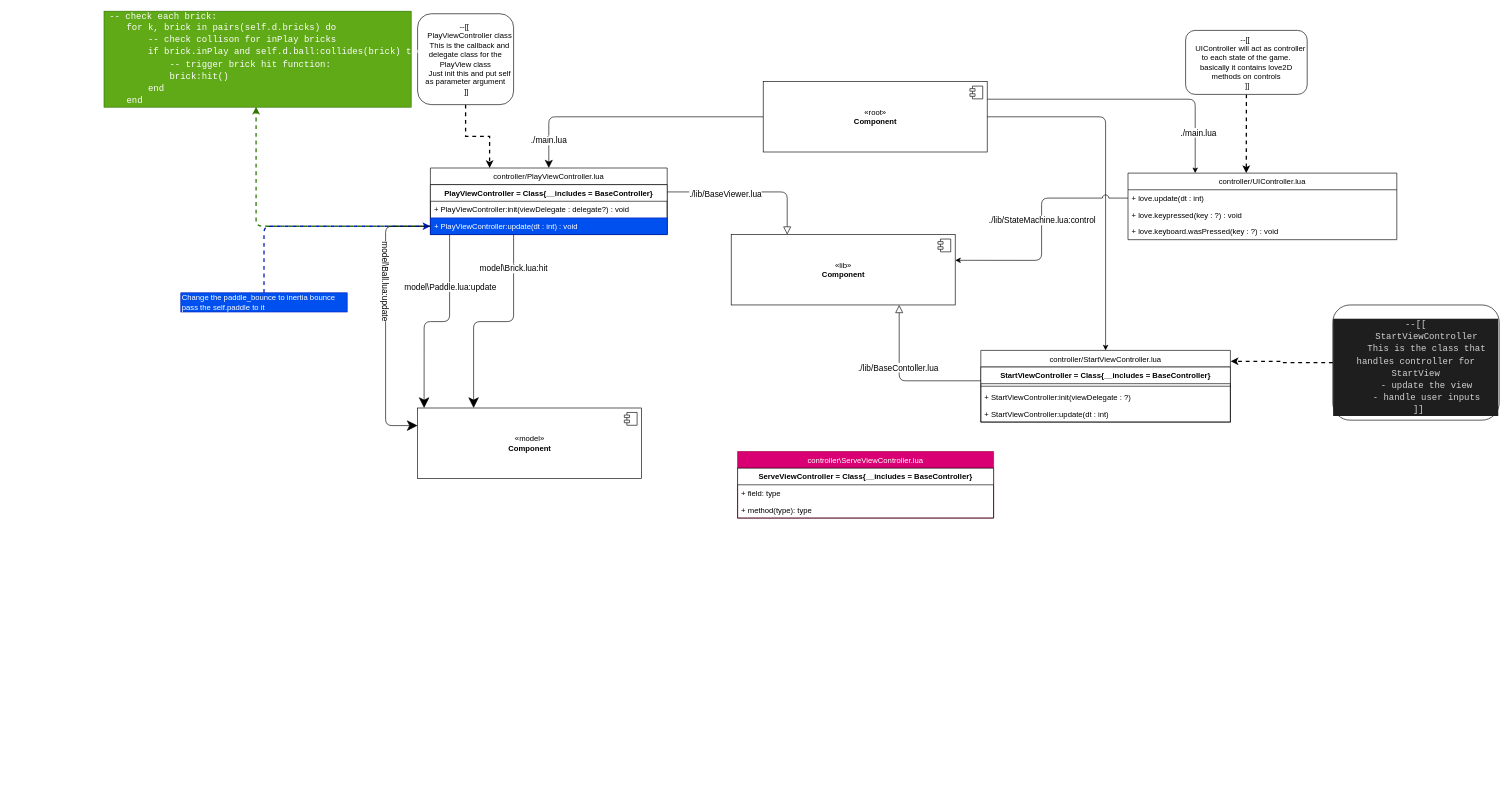
The draw.io diagram page "controller" (5 of 7) of diagram.drawio in m00racle/breakout-love2d, before the edit. Source tidied: cells renumbered, new cells numbered last; positions are measured from the earlier drawing's top-left corner, leaving out a move shared by most shapes. Both pictures are drawn from the tidied source at 64%, with x=0, y=0 at pixel (104, 11).
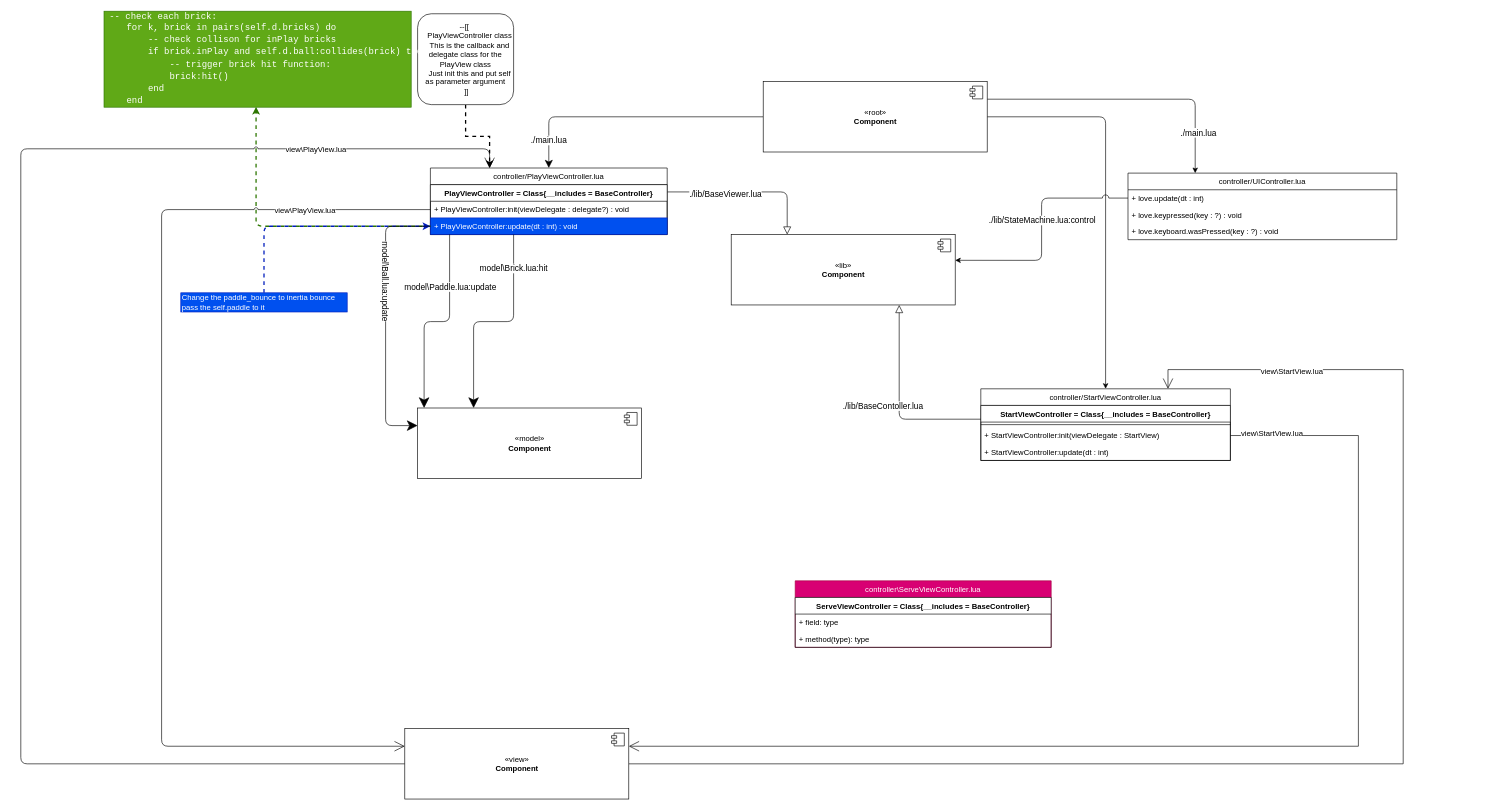
Above is the later version.

Commit message (it also covers changes not shown here):
fix the view and controller dep diagram

Now each view will directly set dependency directlyu to view controller
class not to the each base controller class.

Unchanged cells that the change refers to:
```xml
<mxCell id="9" value="controller/UIController.lua" style="swimlane;fontStyle=0;horizontal=1;startSize=26;fillColor=none;" parent="1" vertex="1">
  <mxGeometry x="1600" y="253" width="420" height="104" as="geometry" />
</mxCell>
<mxCell id="18" value="StartViewController = Class{__includes = BaseController}" style="swimlane;fontStyle=1;align=center;verticalAlign=top;horizontal=1;startSize=26;" parent="17" vertex="1">
  <mxGeometry y="26" width="390" height="86" as="geometry" />
</mxCell>
<mxCell id="26" value="controller/PlayViewController.lua" style="swimlane;fontStyle=0;horizontal=1;startSize=26;fillColor=none;" parent="1" vertex="1">
  <mxGeometry x="510" y="245" width="370" height="104" as="geometry" />
</mxCell>
<mxCell id="28" value="+ PlayViewController:init(viewDelegate : delegate?) : void " style="text;strokeColor=none;fillColor=none;align=left;verticalAlign=top;spacingLeft=4;spacingRight=4;overflow=hidden;points=[[0,0.5],[1,0.5]];portConstraint=eastwest;" parent="27" vertex="1">
  <mxGeometry y="26" width="370" height="26" as="geometry" />
</mxCell>
```

What changed in the source:
```diff
@@
-    <mxCell id="13" style="edgeStyle=orthogonalEdgeStyle;rounded=0;jumpStyle=arc;jumpSize=10;jettySize=auto;html=1;entryX=0.44;entryY=0;entryDx=0;entryDy=0;entryPerimeter=0;strokeWidth=2;dashed=1;" parent="1" edge="1" source="14" target="9">
-      <mxGeometry relative="1" as="geometry" />
-    </mxCell>
-    <mxCell id="14" value="&lt;div&gt;--[[&amp;nbsp;&lt;/div&gt;&lt;div&gt;&amp;nbsp; &amp;nbsp; UIController will act as controller to each state of the game.&lt;/div&gt;&lt;div&gt;basically it contains love2D methods on controls&lt;/div&gt;&lt;div&gt;&amp;nbsp;]]&lt;/div&gt;" style="rounded=1;whiteSpace=wrap;html=1;" parent="1" vertex="1">
-      <mxGeometry x="1690" y="30" width="190" height="100" as="geometry" />
-    </mxCell>
@@
     <mxCell id="17" value="controller/StartViewController.lua" style="swimlane;fontStyle=0;horizontal=1;startSize=26;fillColor=none;" parent="1" vertex="1">
-      <mxGeometry x="1370" y="530" width="390" height="112" as="geometry" />
+      <mxGeometry x="1370" y="590" width="390" height="112" as="geometry" />
     </mxCell>
@@
-    <mxCell id="20" value="+ StartViewController:init(viewDelegate : ?)" style="text;strokeColor=none;fillColor=none;align=left;verticalAlign=top;spacingLeft=4;spacingRight=4;overflow=hidden;points=[[0,0.5],[1,0.5]];portConstraint=eastwest;" parent="18" vertex="1">
+    <mxCell id="20" value="+ StartViewController:init(viewDelegate : StartView)" style="text;strokeColor=none;fillColor=none;align=left;verticalAlign=top;spacingLeft=4;spacingRight=4;overflow=hidden;points=[[0,0.5],[1,0.5]];portConstraint=eastwest;" parent="18" vertex="1">
       <mxGeometry y="34" width="390" height="26" as="geometry" />
     </mxCell>
@@
-    <mxCell id="22" value="&lt;br&gt;&lt;div style=&quot;color: rgb(212 , 212 , 212) ; background-color: rgb(30 , 30 , 30) ; font-family: &amp;#34;consolas&amp;#34; , &amp;#34;courier new&amp;#34; , monospace ; font-size: 14px ; line-height: 19px&quot;&gt;&lt;div&gt;--[[&lt;/div&gt;&lt;div&gt;&amp;nbsp; &amp;nbsp; StartViewController&lt;/div&gt;&lt;div&gt;&amp;nbsp; &amp;nbsp; This is the class that handles controller for StartView&lt;/div&gt;&lt;div&gt;&amp;nbsp; &amp;nbsp; - update the view&lt;/div&gt;&lt;div&gt;&amp;nbsp; &amp;nbsp; - handle user inputs&lt;/div&gt;&lt;div&gt;&amp;nbsp;]]&lt;/div&gt;&lt;/div&gt;" style="rounded=1;whiteSpace=wrap;html=1;" parent="1" vertex="1">
-      <mxGeometry x="1920" y="459" width="260" height="180" as="geometry" />
-    </mxCell>
-    <mxCell id="23" style="edgeStyle=orthogonalEdgeStyle;rounded=0;jumpStyle=arc;jumpSize=10;jettySize=auto;html=1;entryX=1.001;entryY=0.152;entryDx=0;entryDy=0;entryPerimeter=0;strokeWidth=2;dashed=1;" parent="1" edge="1" source="22" target="17">
-      <mxGeometry relative="1" as="geometry" />
-    </mxCell>
@@
     <mxCell id="48" value="controller\ServeViewController.lua" style="swimlane;fontStyle=0;horizontal=1;startSize=26;fillColor=#d80073;fontSize=12;strokeColor=#A50040;fontColor=#ffffff;" parent="1" vertex="1">
-      <mxGeometry x="990" y="688" width="400" height="104" as="geometry" />
+      <mxGeometry x="1080" y="890" width="400" height="104" as="geometry" />
     </mxCell>
@@
+    <mxCell id="52" style="edgeStyle=orthogonalEdgeStyle;rounded=0;jumpStyle=arc;jumpSize=6;jettySize=auto;html=1;entryX=0.75;entryY=0;entryDx=0;entryDy=0;fontSize=12;endArrow=open;endFill=0;startSize=14;endSize=14;" parent="1" edge="1" source="56" target="17">
+      <mxGeometry relative="1" as="geometry">
+        <Array as="points">
+          <mxPoint x="2030" y="1176" />
+          <mxPoint x="2030" y="560" />
+          <mxPoint x="1663" y="560" />
+        </Array>
+      </mxGeometry>
+    </mxCell>
+    <mxCell id="53" value="view\StartView.lua" style="edgeLabel;html=1;align=center;verticalAlign=middle;fontSize=12;" parent="52" vertex="1">
+      <mxGeometry x="0.8" y="2" relative="1" as="geometry" />
+    </mxCell>
+    <mxCell id="54" style="edgeStyle=orthogonalEdgeStyle;rounded=1;jumpStyle=arc;jumpSize=6;jettySize=auto;html=1;entryX=0.25;entryY=0;entryDx=0;entryDy=0;fontSize=12;endArrow=open;endFill=0;startSize=14;endSize=14;exitX=0;exitY=0.5;exitDx=0;exitDy=0;" parent="1" edge="1" source="56" target="26">
+      <mxGeometry relative="1" as="geometry">
+        <Array as="points">
+          <mxPoint x="-130" y="1176" />
+          <mxPoint x="-130" y="215" />
+          <mxPoint x="603" y="215" />
+        </Array>
+      </mxGeometry>
+    </mxCell>
+    <mxCell id="55" value="view\PlayView.lua" style="edgeLabel;html=1;align=center;verticalAlign=middle;fontSize=12;" parent="54" vertex="1">
+      <mxGeometry x="0.74" relative="1" as="geometry" />
+    </mxCell>
+    <mxCell id="56" value="«view»&lt;br&gt;&lt;b&gt;Component&lt;/b&gt;" style="html=1;" parent="1" vertex="1">
+      <mxGeometry x="470" y="1121" width="350" height="110" as="geometry" />
+    </mxCell>
+    <mxCell id="57" style="shape=module;jettyWidth=8;jettyHeight=4;" parent="56" vertex="1">
+      <mxGeometry x="1" width="20" height="20" relative="1" as="geometry">
+        <mxPoint x="-27" y="7" as="offset" />
+      </mxGeometry>
+    </mxCell>
+    <mxCell id="58" style="edgeStyle=orthogonalEdgeStyle;rounded=0;jumpStyle=arc;jumpSize=6;jettySize=auto;html=1;entryX=1;entryY=0.25;entryDx=0;entryDy=0;fontSize=12;endArrow=open;endFill=0;startSize=14;endSize=14;" parent="1" edge="1" source="20" target="56">
+      <mxGeometry relative="1" as="geometry">
+        <Array as="points">
+          <mxPoint x="1960" y="663" />
+          <mxPoint x="1960" y="1149" />
+        </Array>
+      </mxGeometry>
+    </mxCell>
+    <mxCell id="59" value="view\StartView.lua" style="edgeLabel;html=1;align=center;verticalAlign=middle;fontSize=12;" parent="58" vertex="1">
+      <mxGeometry x="-0.93" y="3" relative="1" as="geometry" />
+    </mxCell>
+    <mxCell id="60" style="edgeStyle=orthogonalEdgeStyle;rounded=1;jumpStyle=arc;jumpSize=6;jettySize=auto;html=1;entryX=0;entryY=0.25;entryDx=0;entryDy=0;fontSize=12;endArrow=open;endFill=0;startSize=14;endSize=14;" parent="1" edge="1" source="28" target="56">
+      <mxGeometry relative="1" as="geometry">
+        <Array as="points">
+          <mxPoint x="90" y="310" />
+          <mxPoint x="90" y="1149" />
+        </Array>
+      </mxGeometry>
+    </mxCell>
+    <mxCell id="61" value="view\PlayView.lua" style="edgeLabel;html=1;align=center;verticalAlign=middle;fontSize=12;" parent="60" vertex="1">
+      <mxGeometry x="-0.76" y="1" relative="1" as="geometry" />
+    </mxCell>
```
